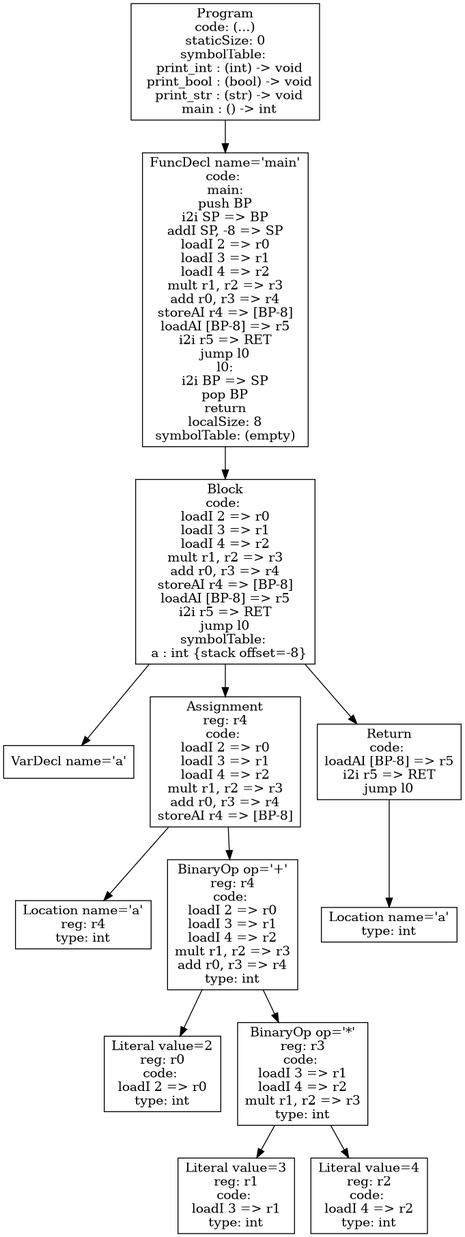
Earlier version of the Graphviz export p4-codegen/iloc-tree.png (atrim11/CS432). Its source is kept beside it as p4-codegen/iloc-tree.dot. Source of this version:
```dot
digraph AST {
3 [shape=box, label="VarDecl name='a'"];
5 [shape=box, label="Location name='a'\nreg: r4\ntype: int"];
7 [shape=box, label="Literal value=2\nreg: r0\ncode: \nloadI 2 => r0\ntype: int"];
9 [shape=box, label="Literal value=3\nreg: r1\ncode: \nloadI 3 => r1\ntype: int"];
10 [shape=box, label="Literal value=4\nreg: r2\ncode: \nloadI 4 => r2\ntype: int"];
8 [shape=box, label="BinaryOp op='*'\nreg: r3\ncode: \nloadI 3 => r1\nloadI 4 => r2\nmult r1, r2 => r3\ntype: int"];
8 -> 9;
8 -> 10;
6 [shape=box, label="BinaryOp op='+'\nreg: r4\ncode: \nloadI 2 => r0\nloadI 3 => r1\nloadI 4 => r2\nmult r1, r2 => r3\nadd r0, r3 => r4\ntype: int"];
6 -> 7;
6 -> 8;
4 [shape=box, label="Assignment\nreg: r4\ncode: \nloadI 2 => r0\nloadI 3 => r1\nloadI 4 => r2\nmult r1, r2 => r3\nadd r0, r3 => r4\nstoreAI r4 => [BP-8]"];
4 -> 5;
4 -> 6;
12 [shape=box, label="Location name='a'\ntype: int"];
11 [shape=box, label="Return\ncode: \nloadAI [BP-8] => r5\ni2i r5 => RET\njump l0"];
11 -> 12;
2 [shape=box, label="Block\ncode: \nloadI 2 => r0\nloadI 3 => r1\nloadI 4 => r2\nmult r1, r2 => r3\nadd r0, r3 => r4\nstoreAI r4 => [BP-8]\nloadAI [BP-8] => r5\ni2i r5 => RET\njump l0\nsymbolTable: \n  a : int {stack offset=-8}"];
2 -> 3;
2 -> 4;
2 -> 11;
1 [shape=box, label="FuncDecl name='main'\ncode: \nmain:\npush BP\ni2i SP => BP\naddI SP, -8 => SP\nloadI 2 => r0\nloadI 3 => r1\nloadI 4 => r2\nmult r1, r2 => r3\nadd r0, r3 => r4\nstoreAI r4 => [BP-8]\nloadAI [BP-8] => r5\ni2i r5 => RET\njump l0\nl0:\ni2i BP => SP\npop BP\nreturn\nlocalSize: 8\nsymbolTable: (empty)"];
1 -> 2;
0 [shape=box, label="Program\ncode: (...)\nstaticSize: 0\nsymbolTable: \n  print_int : (int) -> void\n  print_bool : (bool) -> void\n  print_str : (str) -> void\n  main : () -> int"];
0 -> 1;
}
```
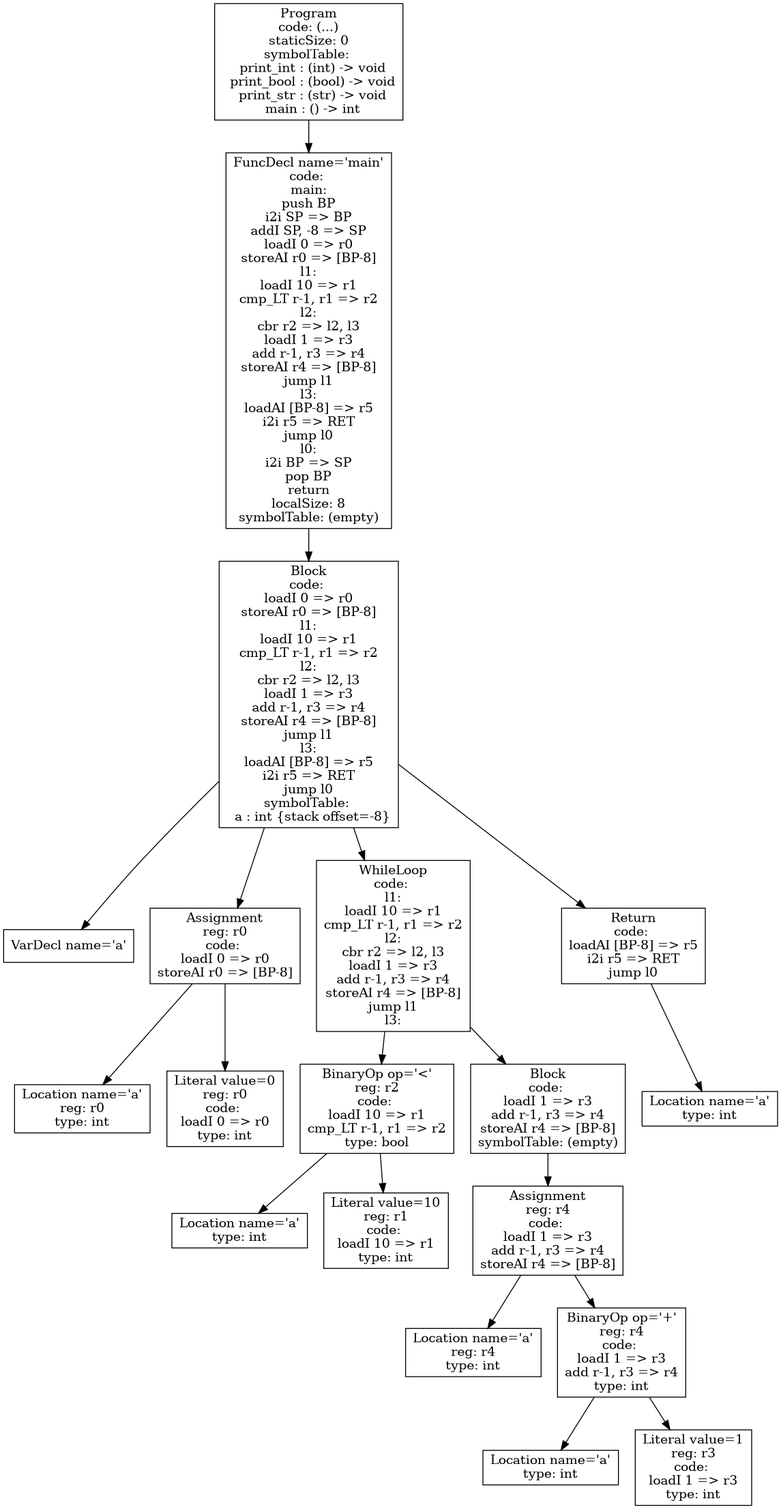
Above is the later version.

The edit, as a diff of the source:
```diff
@@ -1,26 +1,38 @@
 digraph AST {
 3 [shape=box, label="VarDecl name='a'"];
-5 [shape=box, label="Location name='a'\nreg: r4\ntype: int"];
-7 [shape=box, label="Literal value=2\nreg: r0\ncode: \nloadI 2 => r0\ntype: int"];
-9 [shape=box, label="Literal value=3\nreg: r1\ncode: \nloadI 3 => r1\ntype: int"];
-10 [shape=box, label="Literal value=4\nreg: r2\ncode: \nloadI 4 => r2\ntype: int"];
-8 [shape=box, label="BinaryOp op='*'\nreg: r3\ncode: \nloadI 3 => r1\nloadI 4 => r2\nmult r1, r2 => r3\ntype: int"];
+5 [shape=box, label="Location name='a'\nreg: r0\ntype: int"];
+6 [shape=box, label="Literal value=0\nreg: r0\ncode: \nloadI 0 => r0\ntype: int"];
+4 [shape=box, label="Assignment\nreg: r0\ncode: \nloadI 0 => r0\nstoreAI r0 => [BP-8]"];
+4 -> 5;
+4 -> 6;
+9 [shape=box, label="Location name='a'\ntype: int"];
+10 [shape=box, label="Literal value=10\nreg: r1\ncode: \nloadI 10 => r1\ntype: int"];
+8 [shape=box, label="BinaryOp op='<'\nreg: r2\ncode: \nloadI 10 => r1\ncmp_LT r-1, r1 => r2\ntype: bool"];
 8 -> 9;
 8 -> 10;
-6 [shape=box, label="BinaryOp op='+'\nreg: r4\ncode: \nloadI 2 => r0\nloadI 3 => r1\nloadI 4 => r2\nmult r1, r2 => r3\nadd r0, r3 => r4\ntype: int"];
-6 -> 7;
-6 -> 8;
-4 [shape=box, label="Assignment\nreg: r4\ncode: \nloadI 2 => r0\nloadI 3 => r1\nloadI 4 => r2\nmult r1, r2 => r3\nadd r0, r3 => r4\nstoreAI r4 => [BP-8]"];
-4 -> 5;
-4 -> 6;
-12 [shape=box, label="Location name='a'\ntype: int"];
-11 [shape=box, label="Return\ncode: \nloadAI [BP-8] => r5\ni2i r5 => RET\njump l0"];
+13 [shape=box, label="Location name='a'\nreg: r4\ntype: int"];
+15 [shape=box, label="Location name='a'\ntype: int"];
+16 [shape=box, label="Literal value=1\nreg: r3\ncode: \nloadI 1 => r3\ntype: int"];
+14 [shape=box, label="BinaryOp op='+'\nreg: r4\ncode: \nloadI 1 => r3\nadd r-1, r3 => r4\ntype: int"];
+14 -> 15;
+14 -> 16;
+12 [shape=box, label="Assignment\nreg: r4\ncode: \nloadI 1 => r3\nadd r-1, r3 => r4\nstoreAI r4 => [BP-8]"];
+12 -> 13;
+12 -> 14;
+11 [shape=box, label="Block\ncode: \nloadI 1 => r3\nadd r-1, r3 => r4\nstoreAI r4 => [BP-8]\nsymbolTable: (empty)"];
 11 -> 12;
-2 [shape=box, label="Block\ncode: \nloadI 2 => r0\nloadI 3 => r1\nloadI 4 => r2\nmult r1, r2 => r3\nadd r0, r3 => r4\nstoreAI r4 => [BP-8]\nloadAI [BP-8] => r5\ni2i r5 => RET\njump l0\nsymbolTable: \n  a : int {stack offset=-8}"];
+7 [shape=box, label="WhileLoop\ncode: \nl1:\nloadI 10 => r1\ncmp_LT r-1, r1 => r2\nl2:\ncbr r2 => l2, l3\nloadI 1 => r3\nadd r-1, r3 => r4\nstoreAI r4 => [BP-8]\njump l1\nl3:"];
+7 -> 8;
+7 -> 11;
+18 [shape=box, label="Location name='a'\ntype: int"];
+17 [shape=box, label="Return\ncode: \nloadAI [BP-8] => r5\ni2i r5 => RET\njump l0"];
+17 -> 18;
+2 [shape=box, label="Block\ncode: \nloadI 0 => r0\nstoreAI r0 => [BP-8]\nl1:\nloadI 10 => r1\ncmp_LT r-1, r1 => r2\nl2:\ncbr r2 => l2, l3\nloadI 1 => r3\nadd r-1, r3 => r4\nstoreAI r4 => [BP-8]\njump l1\nl3:\nloadAI [BP-8] => r5\ni2i r5 => RET\njump l0\nsymbolTable: \n  a : int {stack offset=-8}"];
 2 -> 3;
 2 -> 4;
-2 -> 11;
-1 [shape=box, label="FuncDecl name='main'\ncode: \nmain:\npush BP\ni2i SP => BP\naddI SP, -8 => SP\nloadI 2 => r0\nloadI 3 => r1\nloadI 4 => r2\nmult r1, r2 => r3\nadd r0, r3 => r4\nstoreAI r4 => [BP-8]\nloadAI [BP-8] => r5\ni2i r5 => RET\njump l0\nl0:\ni2i BP => SP\npop BP\nreturn\nlocalSize: 8\nsymbolTable: (empty)"];
+2 -> 7;
+2 -> 17;
+1 [shape=box, label="FuncDecl name='main'\ncode: \nmain:\npush BP\ni2i SP => BP\naddI SP, -8 => SP\nloadI 0 => r0\nstoreAI r0 => [BP-8]\nl1:\nloadI 10 => r1\ncmp_LT r-1, r1 => r2\nl2:\ncbr r2 => l2, l3\nloadI 1 => r3\nadd r-1, r3 => r4\nstoreAI r4 => [BP-8]\njump l1\nl3:\nloadAI [BP-8] => r5\ni2i r5 => RET\njump l0\nl0:\ni2i BP => SP\npop BP\nreturn\nlocalSize: 8\nsymbolTable: (empty)"];
 1 -> 2;
 0 [shape=box, label="Program\ncode: (...)\nstaticSize: 0\nsymbolTable: \n  print_int : (int) -> void\n  print_bool : (bool) -> void\n  print_str : (str) -> void\n  main : () -> int"];
 0 -> 1;
```
